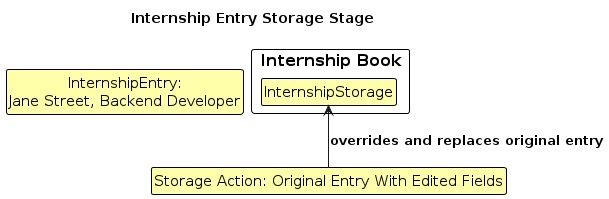
The PlantUML diagram diagrams/ModifyCommandStore.png in AY2324S1-CS2103T-W17-1/tp, before a commit. Its source is kept beside it as diagrams/ModifyCommandStore.puml.
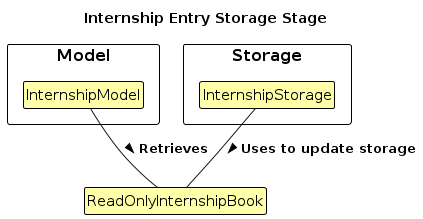
After the change.

Change to the diagram source:
```diff
@@ -1,5 +1,4 @@
 @startuml
-!pragma layout smetana
 !include style.puml
 skinparam ClassFontColor #000000
 skinparam ClassBorderColor #000000
@@ -7,18 +6,16 @@
 
 title Internship Entry Storage Stage
 
-package "Internship Book" {
+package "Model" {
+    class InternshipModel as "InternshipModel"
+}
+
+package "Storage" {
     class InternshipStorage as "InternshipStorage"
 }
 
-class InternshipEntry as "InternshipEntry:\nJane Street, Backend Developer"
-
-InternshipStorage -[hidden]right-> InternshipEntry
-
-hide InternshipEntry
-
-class StorageAction as "Storage Action: Original Entry With Edited Fields"
-
-StorageAction -up-> InternshipStorage : overrides and replaces original entry
+class ReadOnlyInternshipBook as "ReadOnlyInternshipBook"
+ReadOnlyInternshipBook -up- InternshipModel: < Retrieves
+ReadOnlyInternshipBook -up- InternshipStorage : < Uses to update storage
 
 @enduml
```
